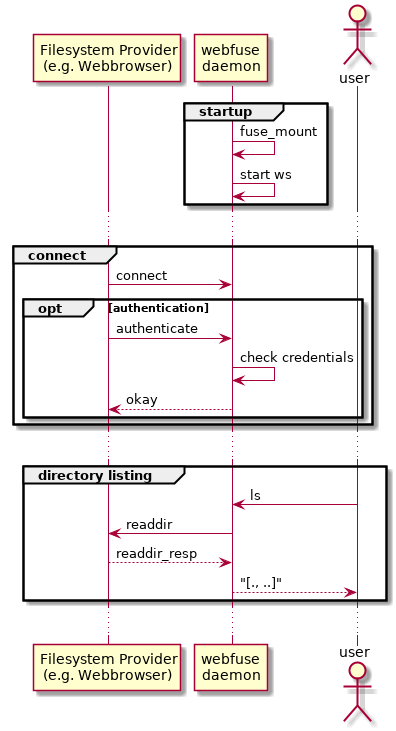
The PlantUML diagram doc/concept.png in falk-werner/webfuse, before a commit. The source it was exported from:
```plantuml
@startuml
participant "Filesystem Provider\n(e.g. Webbrowser)" as provider
participant "webfuse\ndaemon" as daemon
actor "user" as user

group startup
daemon -> daemon : fuse_mount
daemon -> daemon : start ws
end
...

group connect
provider -> daemon : connect
    opt authentication
    provider -> daemon: authenticate
    daemon -> daemon: check credentials
    daemon --> provider: okay
    end
end
...

group directory listing
user     -> daemon : ls
daemon   -> provider : readdir
provider --> daemon : readdir_resp
daemon   --> user : "[., ..]"
end
...

@enduml
```
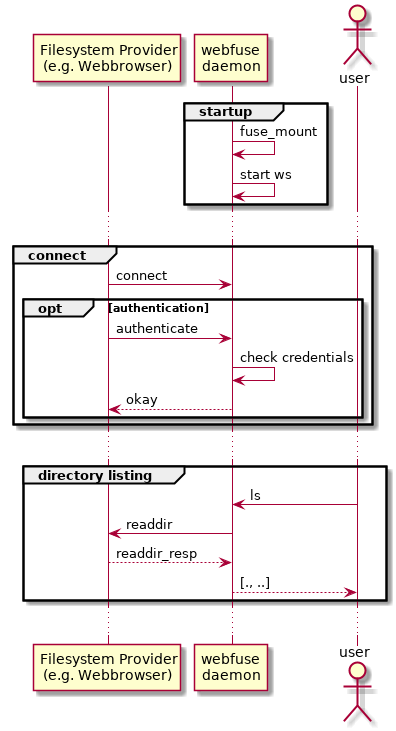
The same file after the commit.

Diff of the diagram source:
```diff
@@ -23,7 +23,7 @@
 user     -> daemon : ls
 daemon   -> provider : readdir
 provider --> daemon : readdir_resp
-daemon   --> user : "[., ..]"
+daemon   --> user : [., ..]
 end
 ...
 
```
